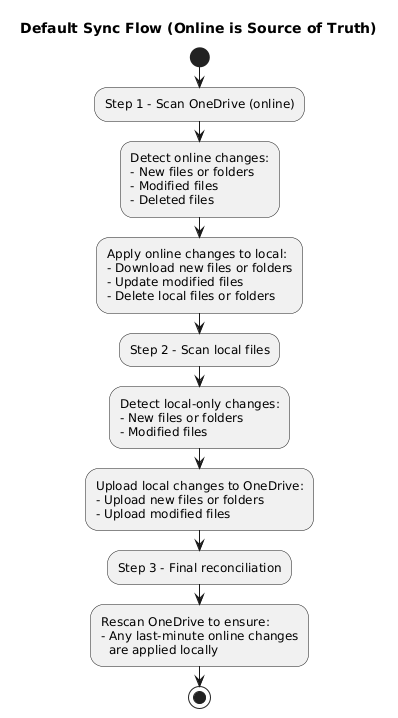
abraunegg/onedrive keeps this PlantUML diagram as docs/puml/default_sync_flow.png. Above is the earlier version.
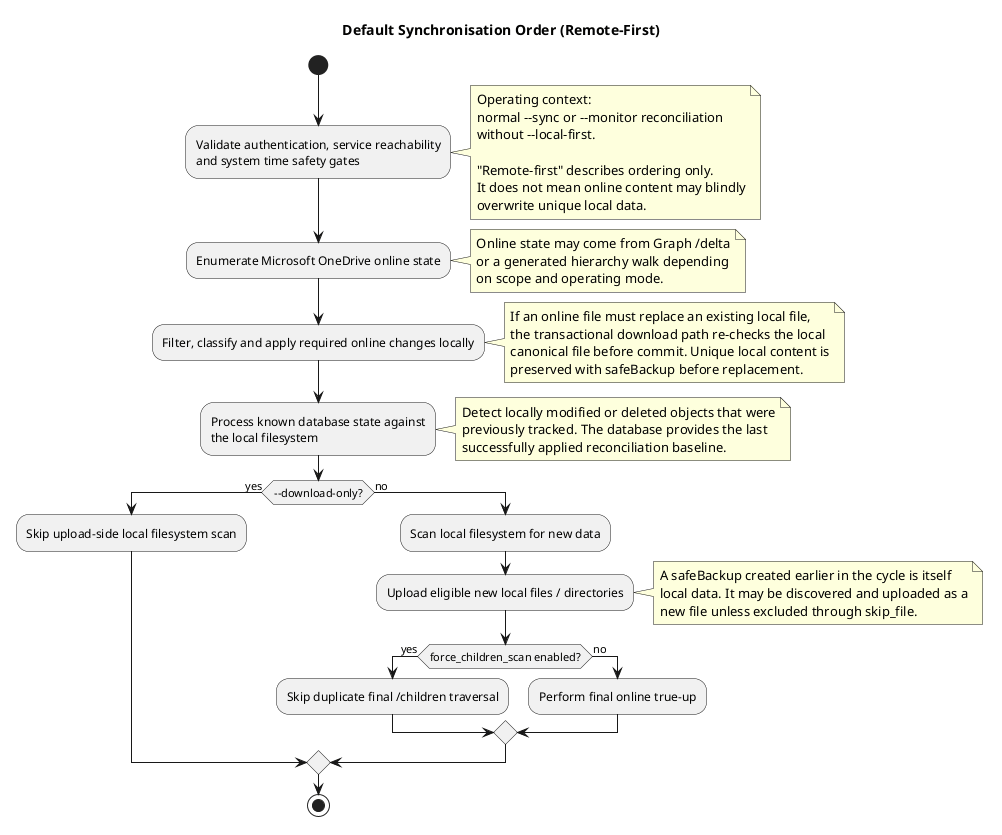
The same file after the commit.

Change to the diagram source:
```diff
@@ -1,32 +1,56 @@
 @startuml
-title Default Sync Flow (Online is Source of Truth)
+title Default Synchronisation Order (Remote-First)
 
 start
+:Validate authentication, service reachability\nand system time safety gates;
+note right
+  Operating context:
+  normal ~--sync or ~--monitor reconciliation
+  without ~--local-first.
 
-:Step 1 - Scan OneDrive (online);
-:Detect online changes:
-- New files or folders
-- Modified files
-- Deleted files;
+  "Remote-first" describes ordering only.
+  It does not mean online content may blindly
+  overwrite unique local data.
+end note
 
-:Apply online changes to local:
-- Download new files or folders
-- Update modified files
-- Delete local files or folders;
+:Enumerate Microsoft OneDrive online state;
+note right
+  Online state may come from Graph /delta
+  or a generated hierarchy walk depending
+  on scope and operating mode.
+end note
+:Filter, classify and apply required online changes locally;
+note right
+  If an online file must replace an existing local file,
+  the transactional download path re-checks the local
+  canonical file before commit. Unique local content is
+  preserved with safeBackup before replacement.
+end note
 
-:Step 2 - Scan local files;
-:Detect local-only changes:
-- New files or folders
-- Modified files;
+:Process known database state against\nthe local filesystem;
+note right
+  Detect locally modified or deleted objects that were
+  previously tracked. The database provides the last
+  successfully applied reconciliation baseline.
+end note
 
-:Upload local changes to OneDrive:
-- Upload new files or folders
-- Upload modified files;
+if (~--download-only?) then (yes)
+  :Skip upload-side local filesystem scan;
+else (no)
+  :Scan local filesystem for new data;
+  :Upload eligible new local files / directories;
+  note right
+    A safeBackup created earlier in the cycle is itself
+    local data. It may be discovered and uploaded as a
+    new file unless excluded through skip_file.
+  end note
 
-:Step 3 - Final reconciliation;
-:Rescan OneDrive to ensure:
-- Any last-minute online changes
-  are applied locally;
+  if (force_children_scan enabled?) then (yes)
+    :Skip duplicate final /children traversal;
+  else (no)
+    :Perform final online true-up;
+  endif
+endif
 
 stop
 @enduml
```
